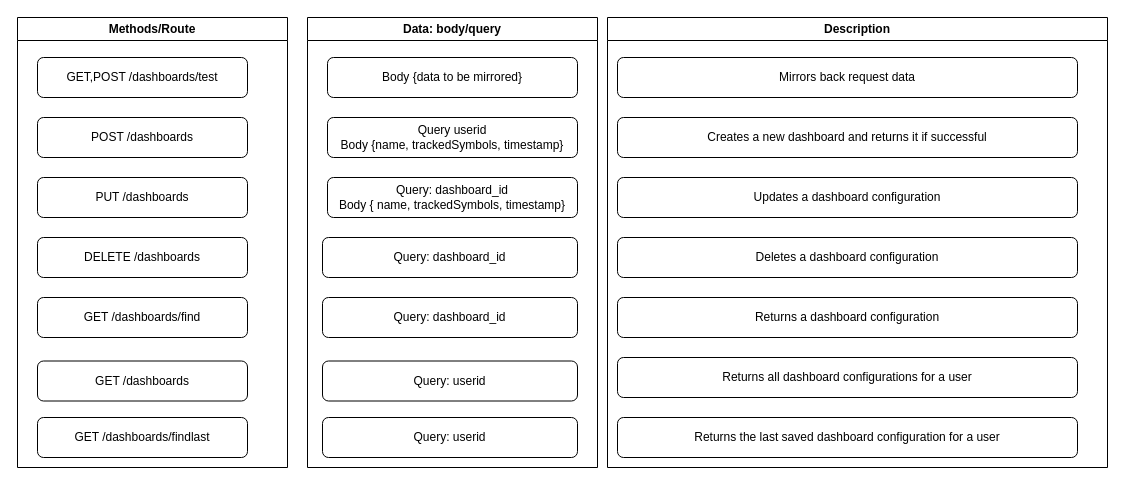
The draw.io diagram page "BackendDashboardsApi" (4 of 5) of design/swa.drawio in sergiunagy/findashboard, before the edit. Source tidied: cells renumbered, new cells numbered last; positions are measured from the earlier drawing's top-left corner, leaving out a move shared by most shapes. Both pictures are drawn from the tidied source at 100%, with x=0, y=0 at pixel (17, 17).
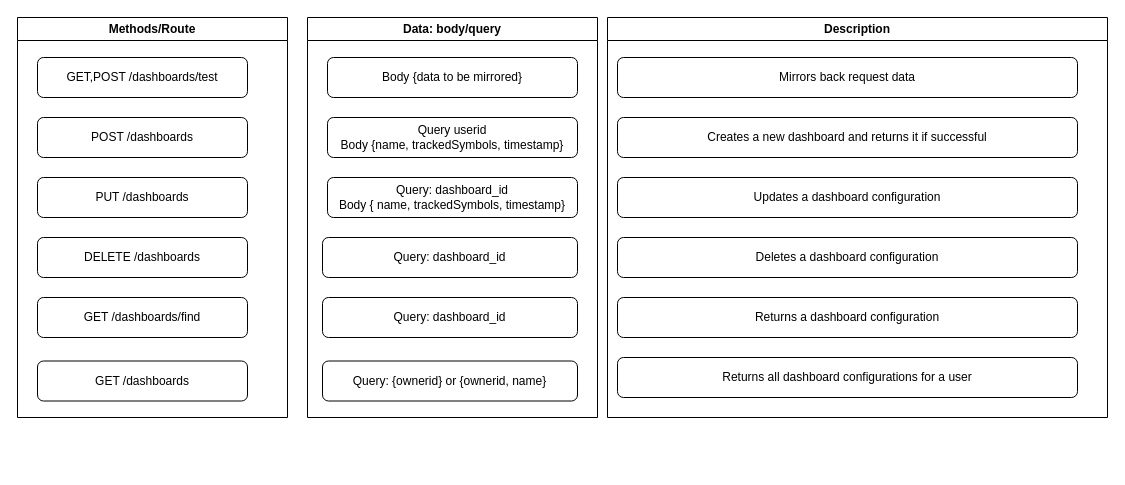
Above is the later version.

What changed in the source:
```diff
@@
     <mxCell id="2" value="Methods/Route" style="swimlane;whiteSpace=wrap;html=1;" parent="1" vertex="1">
-      <mxGeometry width="270" height="450" as="geometry" />
+      <mxGeometry width="270" height="400" as="geometry" />
     </mxCell>
@@
-    <mxCell id="9" value="GET /dashboards/findlast" style="rounded=1;whiteSpace=wrap;html=1;" parent="2" vertex="1">
-      <mxGeometry x="20" y="400" width="210" height="40" as="geometry" />
-    </mxCell>
     <mxCell id="10" value="Data: body/query" style="swimlane;whiteSpace=wrap;html=1;" parent="1" vertex="1">
-      <mxGeometry x="290" width="290" height="450" as="geometry" />
+      <mxGeometry x="290" width="290" height="400" as="geometry" />
     </mxCell>
@@
-    <mxCell id="16" value="Query: userid" style="rounded=1;whiteSpace=wrap;html=1;" parent="10" vertex="1">
+    <mxCell id="16" value="Query: {ownerid} or {ownerid, name}" style="rounded=1;whiteSpace=wrap;html=1;" parent="10" vertex="1">
       <mxGeometry x="15" y="343.5" width="255" height="40" as="geometry" />
     </mxCell>
-    <mxCell id="17" value="Query: userid" style="rounded=1;whiteSpace=wrap;html=1;" parent="10" vertex="1">
-      <mxGeometry x="15" y="400" width="255" height="40" as="geometry" />
-    </mxCell>
     <mxCell id="18" value="Description" style="swimlane;whiteSpace=wrap;html=1;" parent="1" vertex="1">
-      <mxGeometry x="590" width="500" height="450" as="geometry" />
+      <mxGeometry x="590" width="500" height="400" as="geometry" />
     </mxCell>
@@
-    <mxCell id="25" value="Returns the last saved dashboard configuration for a user" style="rounded=1;whiteSpace=wrap;html=1;" parent="18" vertex="1">
-      <mxGeometry x="10" y="400" width="460" height="40" as="geometry" />
-    </mxCell>
```
